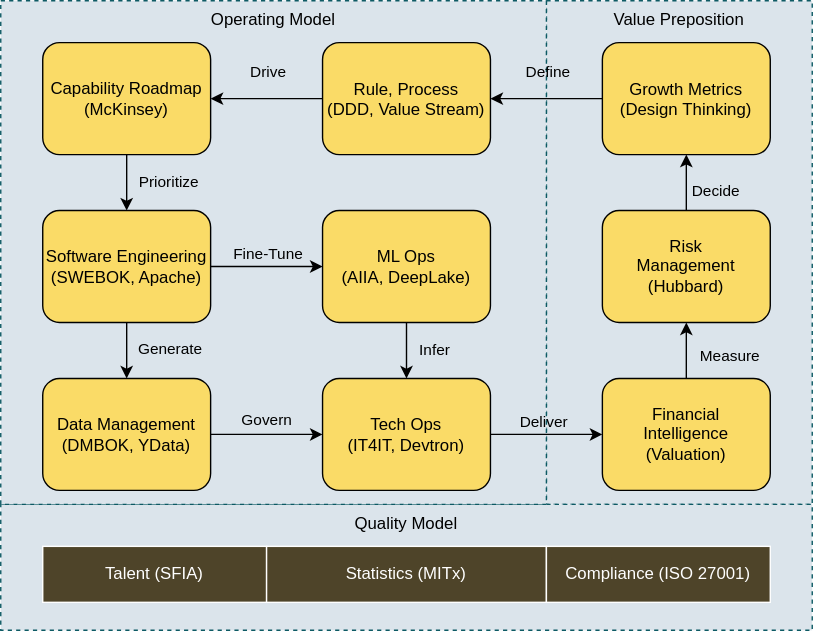
man-chi/foundation keeps this draw.io diagram as antora/docs/modules/ROOT/images/bok.drawio.svg. Above is the earlier version. Source tidied: cells renumbered, new cells last; positions are measured from the earlier drawing's top-left corner, leaving out a move shared by most shapes.
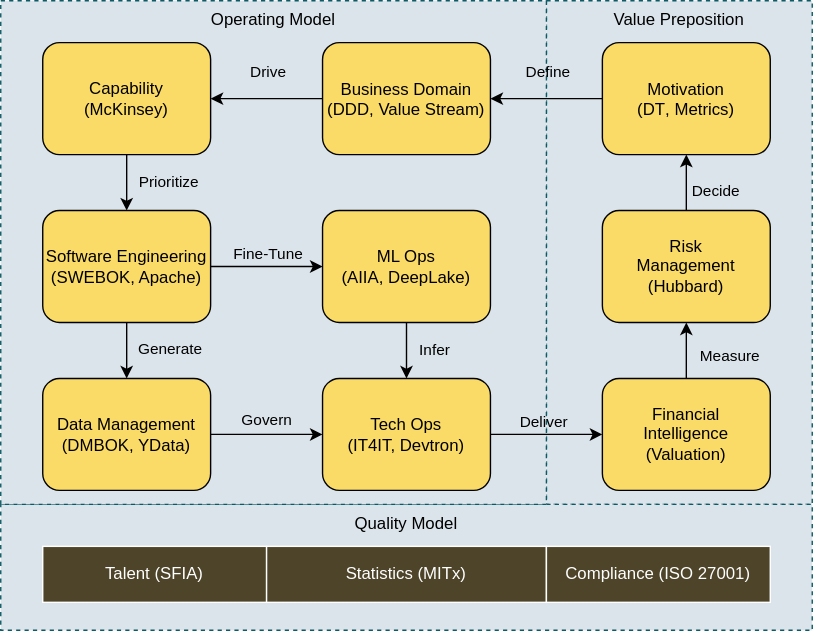
After the change.

Diff of the diagram source:
```diff
@@ -17,7 +17,7 @@
         <mxPoint x="90" y="150" as="targetPoint" />
       </mxGeometry>
     </mxCell>
-    <mxCell id="6" value="Capability Roadmap&lt;br&gt;(McKinsey)" style="rounded=1;whiteSpace=wrap;html=1;fillColor=#fadb67;" parent="1" vertex="1">
+    <mxCell id="6" value="Capability&lt;br&gt;(McKinsey)" style="rounded=1;whiteSpace=wrap;html=1;fillColor=#fadb67;" parent="1" vertex="1">
       <mxGeometry x="30" y="30" width="120" height="80" as="geometry" />
     </mxCell>
     <mxCell id="7" style="edgeStyle=none;rounded=0;jettySize=auto;html=1;entryX=1;entryY=0.5;entryDx=0;entryDy=0;" parent="1" edge="1" source="9" target="6">
@@ -28,7 +28,7 @@
         <mxPoint x="10" y="-19" as="offset" />
       </mxGeometry>
     </mxCell>
-    <mxCell id="9" value="&lt;p style=&quot;margin: 0px; font-variant-numeric: normal; font-variant-east-asian: normal; font-variant-alternates: normal; font-kerning: auto; font-optical-sizing: auto; font-feature-settings: normal; font-variation-settings: normal; font-stretch: normal; line-height: normal; -webkit-text-stroke-color: rgb(0, 0, 0);&quot; class=&quot;p1&quot;&gt;Rule, Process&lt;/p&gt;&lt;p style=&quot;margin: 0px; font-variant-numeric: normal; font-variant-east-asian: normal; font-variant-alternates: normal; font-kerning: auto; font-optical-sizing: auto; font-feature-settings: normal; font-variation-settings: normal; font-stretch: normal; line-height: normal; -webkit-text-stroke-color: rgb(0, 0, 0);&quot; class=&quot;p1&quot;&gt;(DDD, Value Stream)&lt;/p&gt;" style="rounded=1;whiteSpace=wrap;html=1;fillColor=#FADB67;align=center;" parent="1" vertex="1">
+    <mxCell id="9" value="&lt;p style=&quot;margin: 0px; font-variant-numeric: normal; font-variant-east-asian: normal; font-variant-alternates: normal; font-kerning: auto; font-optical-sizing: auto; font-feature-settings: normal; font-variation-settings: normal; font-stretch: normal; line-height: normal; -webkit-text-stroke-color: rgb(0, 0, 0);&quot; class=&quot;p1&quot;&gt;Business Domain&lt;/p&gt;&lt;p style=&quot;margin: 0px; font-variant-numeric: normal; font-variant-east-asian: normal; font-variant-alternates: normal; font-kerning: auto; font-optical-sizing: auto; font-feature-settings: normal; font-variation-settings: normal; font-stretch: normal; line-height: normal; -webkit-text-stroke-color: rgb(0, 0, 0);&quot; class=&quot;p1&quot;&gt;(DDD, Value Stream)&lt;/p&gt;" style="rounded=1;whiteSpace=wrap;html=1;fillColor=#FADB67;align=center;" parent="1" vertex="1">
       <mxGeometry x="230" y="30" width="120" height="80" as="geometry" />
     </mxCell>
     <mxCell id="10" style="edgeStyle=orthogonalEdgeStyle;rounded=0;jettySize=auto;html=1;entryX=1;entryY=0.5;entryDx=0;entryDy=0;" parent="1" edge="1" source="12" target="9">
@@ -39,7 +39,7 @@
         <mxPoint x="6" y="-19" as="offset" />
       </mxGeometry>
     </mxCell>
-    <mxCell id="12" value="&lt;p style=&quot;font-variant-numeric: normal; font-variant-east-asian: normal; font-variant-alternates: normal; font-kerning: auto; font-optical-sizing: auto; font-feature-settings: normal; font-variation-settings: normal; font-stretch: normal; line-height: normal; -webkit-text-stroke-color: rgb(0, 0, 0); margin: 0px;&quot; class=&quot;p1&quot;&gt;&lt;span style=&quot;font-kerning: none;&quot; class=&quot;s1&quot;&gt;Growth&amp;nbsp;&lt;/span&gt;&lt;span style=&quot;background-color: initial;&quot;&gt;Metrics&lt;/span&gt;&lt;/p&gt;&lt;p style=&quot;font-variant-numeric: normal; font-variant-east-asian: normal; font-variant-alternates: normal; font-kerning: auto; font-optical-sizing: auto; font-feature-settings: normal; font-variation-settings: normal; font-stretch: normal; line-height: normal; -webkit-text-stroke-color: rgb(0, 0, 0); margin: 0px;&quot; class=&quot;p1&quot;&gt;&lt;span style=&quot;font-kerning: none;&quot; class=&quot;s1&quot;&gt;(Design Thinking)&lt;/span&gt;&lt;/p&gt;" style="rounded=1;whiteSpace=wrap;html=1;fillColor=#FADB67;align=center;" parent="1" vertex="1">
+    <mxCell id="12" value="&lt;p style=&quot;font-variant-numeric: normal; font-variant-east-asian: normal; font-variant-alternates: normal; font-kerning: auto; font-optical-sizing: auto; font-feature-settings: normal; font-variation-settings: normal; font-stretch: normal; line-height: normal; -webkit-text-stroke-color: rgb(0, 0, 0); margin: 0px;&quot; class=&quot;p1&quot;&gt;Motivation&lt;/p&gt;&lt;p style=&quot;font-variant-numeric: normal; font-variant-east-asian: normal; font-variant-alternates: normal; font-kerning: auto; font-optical-sizing: auto; font-feature-settings: normal; font-variation-settings: normal; font-stretch: normal; line-height: normal; -webkit-text-stroke-color: rgb(0, 0, 0); margin: 0px;&quot; class=&quot;p1&quot;&gt;&lt;span style=&quot;font-kerning: none;&quot; class=&quot;s1&quot;&gt;(DT, Metrics)&lt;/span&gt;&lt;/p&gt;" style="rounded=1;whiteSpace=wrap;html=1;fillColor=#FADB67;align=center;" parent="1" vertex="1">
       <mxGeometry x="430" y="30" width="120" height="80" as="geometry" />
     </mxCell>
     <mxCell id="13" style="edgeStyle=none;rounded=0;jettySize=auto;html=1;entryX=0;entryY=0.5;entryDx=0;entryDy=0;" parent="1" edge="1" source="17" target="22">
```
